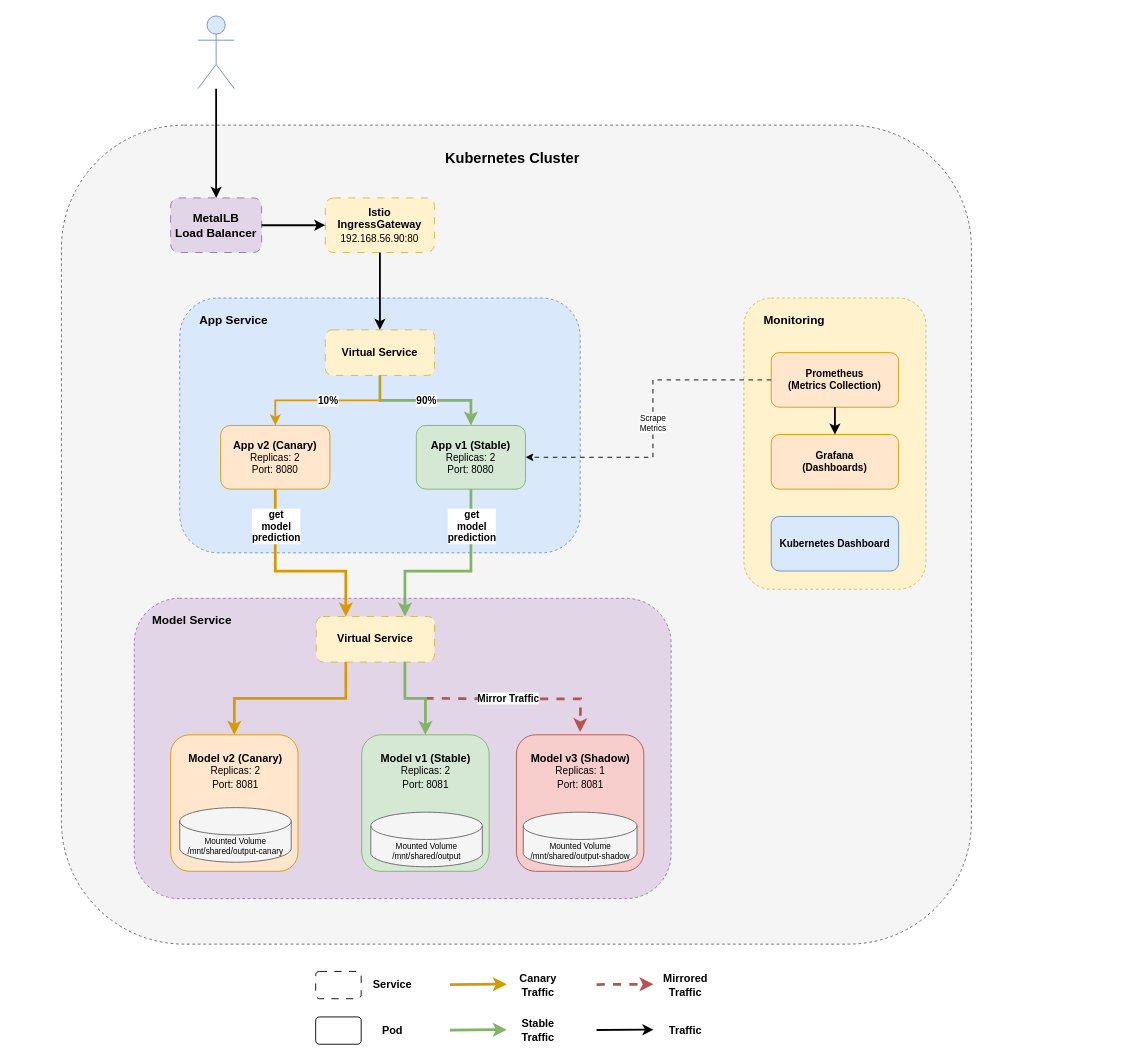
Above: docs/attachments/deployment-architecture.drawio in doda25-team15/operation (draw.io), before the change. Source tidied: cells renumbered, new cells numbered last; positions are measured from the earlier drawing's top-left corner, leaving out a move shared by most shapes. Both pictures are drawn from the tidied source at 91%, with x=0, y=0 at pixel (61, 15). Pictures stored in the file or linked from it are replaced by grey dashed boxes.
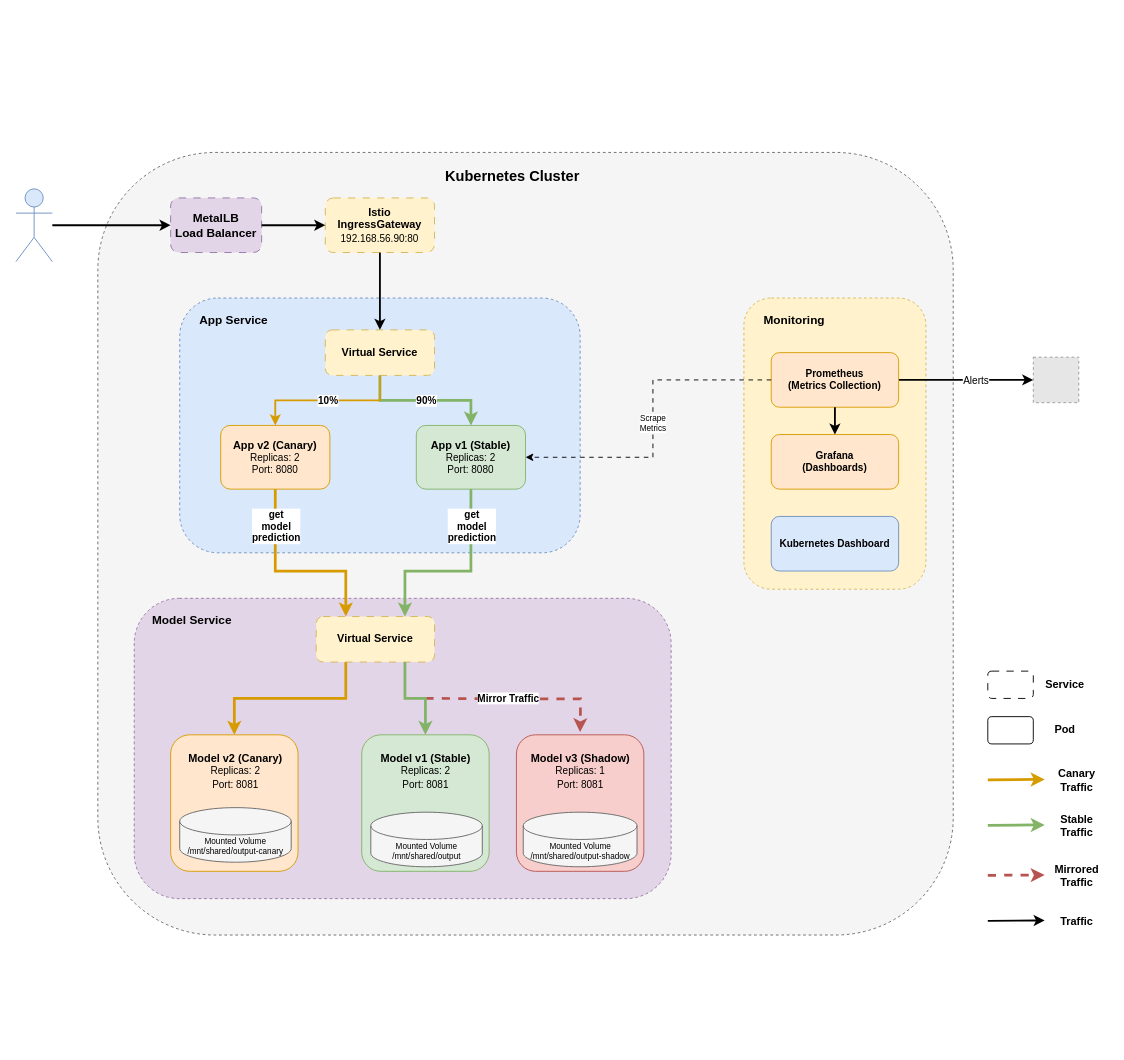
After the change.

Commit message (it also covers changes not shown here):
update deployment docs with alerting

Unchanged cells that the change refers to:
```xml
<mxCell id="6" value="&lt;font style=&quot;font-size: 13px;&quot;&gt;&lt;b&gt;MetalLB&lt;br&gt;Load Balancer&lt;/b&gt;&lt;/font&gt;" style="rounded=1;whiteSpace=wrap;html=1;fillColor=#e1d5e7;strokeColor=#9673a6;fontSize=11;dashed=1;dashPattern=8 8;" parent="1" vertex="1">
  <mxGeometry x="120" y="200" width="100" height="60" as="geometry" />
</mxCell>
<mxCell id="25" value="Prometheus&lt;br&gt;(Metrics Collection)" style="rounded=1;whiteSpace=wrap;html=1;fillColor=#ffe6cc;strokeColor=#d79b00;fontSize=11;fontStyle=1;" parent="1" vertex="1">
  <mxGeometry x="780" y="370" width="140" height="60" as="geometry" />
</mxCell>
```

The edit, as a diff of the source:
```diff
@@
     <mxCell id="2" style="rounded=1;whiteSpace=wrap;html=1;fillColor=#f5f5f5;strokeColor=#666666;verticalAlign=top;fontStyle=1;fontSize=14;dashed=1;" parent="1" vertex="1">
-      <mxGeometry y="120" width="1000" height="900" as="geometry" />
+      <mxGeometry x="40" y="150" width="940" height="860" as="geometry" />
     </mxCell>
     <mxCell id="3" value="Kubernetes Cluster" style="text;html=1;strokeColor=none;fillColor=none;align=left;verticalAlign=top;whiteSpace=wrap;rounded=0;fontSize=16;fontStyle=1;" parent="1" vertex="1">
-      <mxGeometry x="420" y="140" width="160" height="30" as="geometry" />
+      <mxGeometry x="420" y="160" width="160" height="30" as="geometry" />
     </mxCell>
     <mxCell id="4" style="shape=umlActor;verticalLabelPosition=bottom;verticalAlign=top;html=1;outlineConnect=0;fillColor=#dae8fc;strokeColor=#6c8ebf;" parent="1" vertex="1">
-      <mxGeometry x="150" width="40" height="80" as="geometry" />
+      <mxGeometry x="-50" y="190" width="40" height="80" as="geometry" />
     </mxCell>
@@
-    <mxCell id="7" style="edgeStyle=orthogonalEdgeStyle;rounded=0;jettySize=auto;html=1;entryX=0.5;entryY=0;entryDx=0;entryDy=0;strokeWidth=2;fontSize=11;" parent="1" edge="1" source="4" target="6">
+    <mxCell id="7" style="edgeStyle=orthogonalEdgeStyle;rounded=0;jettySize=auto;html=1;entryX=0;entryY=0.5;entryDx=0;entryDy=0;strokeWidth=2;fontSize=11;" parent="1" edge="1" source="4" target="6">
       <mxGeometry y="10" relative="1" as="geometry" />
     </mxCell>
@@
+    <mxCell id="56" style="edgeStyle=orthogonalEdgeStyle;rounded=0;jettySize=auto;html=1;exitX=1;exitY=0.5;exitDx=0;exitDy=0;strokeWidth=2;" parent="1" edge="1" source="25" target="58">
+      <mxGeometry relative="1" as="geometry" />
+    </mxCell>
+    <mxCell id="57" value="Alerts" style="edgeLabel;html=1;align=center;verticalAlign=middle;" parent="56" vertex="1">
+      <mxGeometry x="0.02" y="-2" relative="1" as="geometry">
+        <mxPoint x="9" y="-2" as="offset" />
+      </mxGeometry>
+    </mxCell>
@@
     <mxCell id="44" style="rounded=1;whiteSpace=wrap;html=1;fontSize=11;dashed=1;dashPattern=8 8;" parent="1" vertex="1">
-      <mxGeometry x="279.4" y="1050" width="50" height="30" as="geometry" />
+      <mxGeometry x="1018" y="720" width="50" height="30" as="geometry" />
     </mxCell>
     <mxCell id="45" value="&lt;b&gt;Service&lt;/b&gt;" style="text;html=1;align=center;verticalAlign=middle;whiteSpace=wrap;rounded=0;" parent="1" vertex="1">
-      <mxGeometry x="329.4" y="1050" width="70" height="30" as="geometry" />
+      <mxGeometry x="1068" y="720" width="70" height="30" as="geometry" />
     </mxCell>
     <mxCell id="46" style="rounded=1;whiteSpace=wrap;html=1;fontSize=11;" parent="1" vertex="1">
-      <mxGeometry x="279.4" y="1100" width="50" height="30" as="geometry" />
+      <mxGeometry x="1018" y="770" width="50" height="30" as="geometry" />
     </mxCell>
     <mxCell id="47" value="&lt;b&gt;Pod&lt;/b&gt;" style="text;html=1;align=center;verticalAlign=middle;whiteSpace=wrap;rounded=0;" parent="1" vertex="1">
-      <mxGeometry x="329.4" y="1100" width="70" height="30" as="geometry" />
+      <mxGeometry x="1068" y="770" width="70" height="30" as="geometry" />
     </mxCell>
     <mxCell id="48" style="endArrow=classic;html=1;rounded=0;strokeWidth=3;fillColor=#ffe6cc;strokeColor=#d79b00;" parent="1" edge="1">
       <mxGeometry relative="1" as="geometry">
-        <mxPoint x="426.9" y="1064.4" as="sourcePoint" />
-        <mxPoint x="489.4" y="1064" as="targetPoint" />
+        <mxPoint x="1018" y="839.4" as="sourcePoint" />
+        <mxPoint x="1080.5" y="839" as="targetPoint" />
       </mxGeometry>
     </mxCell>
     <mxCell id="49" value="&lt;b&gt;Canary Traffic&lt;/b&gt;" style="text;html=1;align=center;verticalAlign=middle;whiteSpace=wrap;rounded=0;" parent="1" vertex="1">
-      <mxGeometry x="489.4" y="1050" width="70" height="30" as="geometry" />
+      <mxGeometry x="1080.5" y="825" width="70" height="30" as="geometry" />
     </mxCell>
     <mxCell id="50" style="endArrow=classic;html=1;rounded=0;strokeWidth=3;fillColor=#d5e8d4;strokeColor=#82b366;" parent="1" edge="1">
       <mxGeometry relative="1" as="geometry">
-        <mxPoint x="426.9" y="1114.4" as="sourcePoint" />
-        <mxPoint x="489.4" y="1114" as="targetPoint" />
+        <mxPoint x="1018" y="889.4" as="sourcePoint" />
+        <mxPoint x="1080.5" y="889" as="targetPoint" />
       </mxGeometry>
     </mxCell>
     <mxCell id="51" value="&lt;b&gt;Stable Traffic&lt;/b&gt;" style="text;html=1;align=center;verticalAlign=middle;whiteSpace=wrap;rounded=0;" parent="1" vertex="1">
-      <mxGeometry x="489.4" y="1100" width="70" height="30" as="geometry" />
+      <mxGeometry x="1080.5" y="875" width="70" height="30" as="geometry" />
     </mxCell>
     <mxCell id="52" style="endArrow=classic;html=1;rounded=0;strokeWidth=3;fillColor=#f8cecc;strokeColor=#b85450;dashed=1;" parent="1" edge="1">
       <mxGeometry relative="1" as="geometry">
-        <mxPoint x="588.1" y="1064.4" as="sourcePoint" />
-        <mxPoint x="650.6" y="1064" as="targetPoint" />
+        <mxPoint x="1018" y="944.4" as="sourcePoint" />
+        <mxPoint x="1080.5" y="944" as="targetPoint" />
       </mxGeometry>
     </mxCell>
     <mxCell id="53" value="&lt;b&gt;Mirrored Traffic&lt;/b&gt;" style="text;html=1;align=center;verticalAlign=middle;whiteSpace=wrap;rounded=0;" parent="1" vertex="1">
-      <mxGeometry x="650.6" y="1050" width="70" height="30" as="geometry" />
+      <mxGeometry x="1080.5" y="930" width="70" height="30" as="geometry" />
     </mxCell>
     <mxCell id="54" style="endArrow=classic;html=1;rounded=0;strokeWidth=2;" parent="1" edge="1">
       <mxGeometry relative="1" as="geometry">
-        <mxPoint x="588.1" y="1114.4" as="sourcePoint" />
-        <mxPoint x="650.6" y="1114" as="targetPoint" />
+        <mxPoint x="1018" y="994.4" as="sourcePoint" />
+        <mxPoint x="1080.5" y="994" as="targetPoint" />
       </mxGeometry>
     </mxCell>
     <mxCell id="55" value="&lt;b&gt;Traffic&lt;/b&gt;" style="text;html=1;align=center;verticalAlign=middle;whiteSpace=wrap;rounded=0;" parent="1" vertex="1">
-      <mxGeometry x="650.6" y="1100" width="70" height="30" as="geometry" />
+      <mxGeometry x="1080.5" y="980" width="70" height="30" as="geometry" />
     </mxCell>
+    <mxCell id="58" style="fillColor=#E6E6E6;strokeColor=#999999;dashed=1;verticalLabelPosition=bottom;labelBackgroundColor=default;verticalAlign=top;" parent="1" vertex="1">
+      <mxGeometry x="1068" y="375" width="50" height="50" as="geometry" />
+    </mxCell>
```
